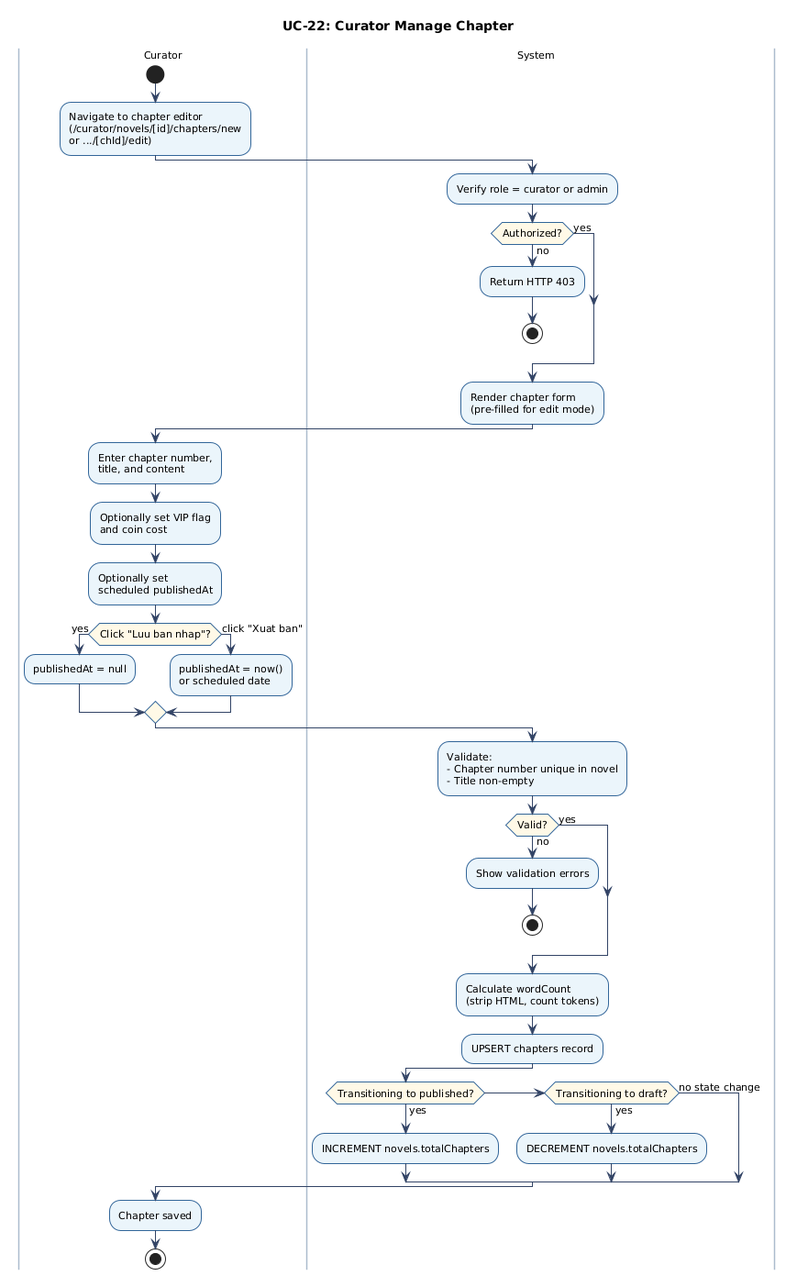
Before: docs/figures/uc-22-activity.png, a diagram exported from PlantUML (chinhbmt122/Software-Architecture).
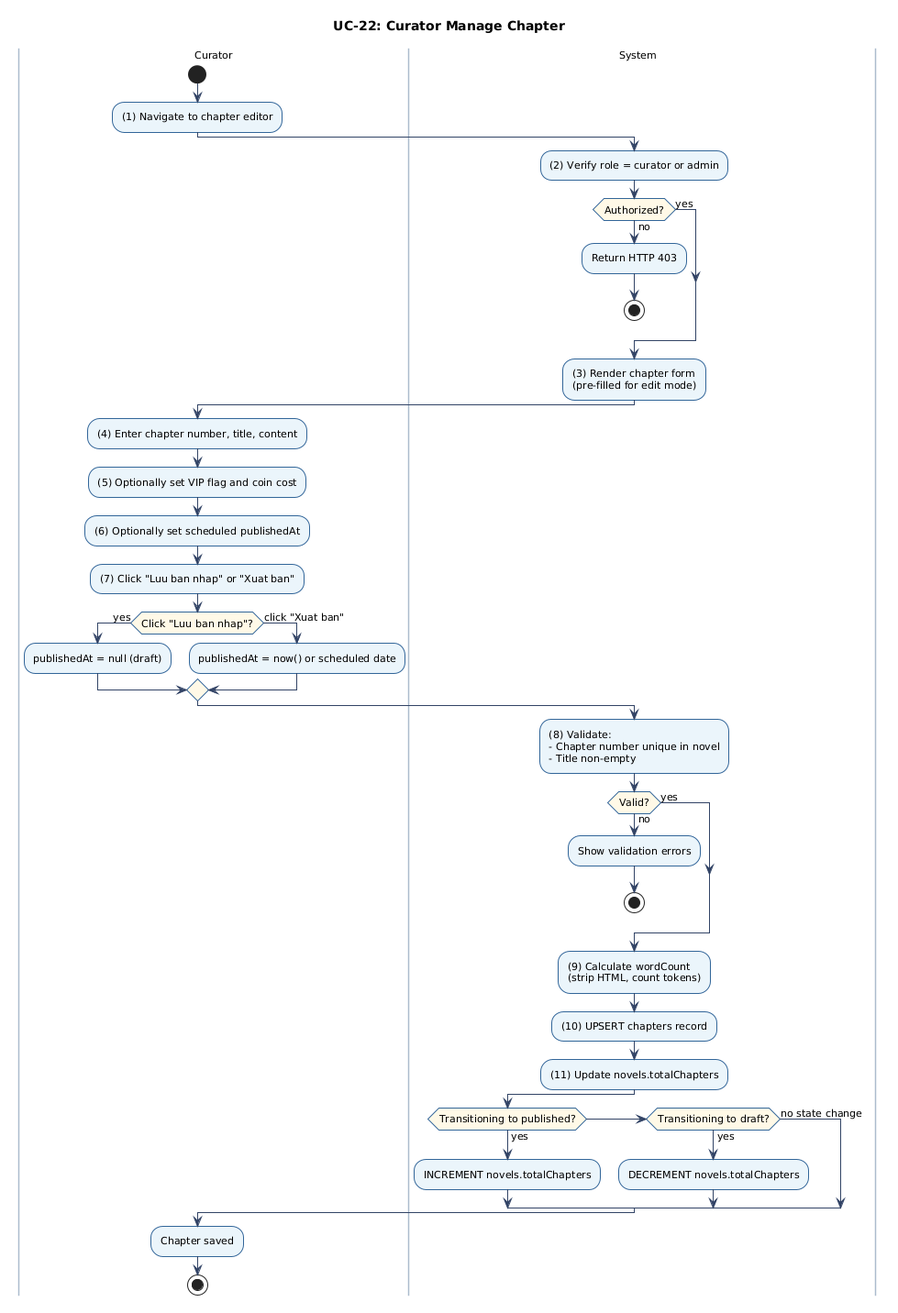
The same diagram one commit later.

The edit, as a diff of the source:
```diff
@@ -15,33 +15,35 @@
 title UC-22: Curator Manage Chapter
 |Curator|
 start
-:Navigate to chapter editor\n(/curator/novels/[id]/chapters/new\nor .../[chId]/edit);
+:(1) Navigate to chapter editor;
 |System|
-:Verify role = curator or admin;
+:(2) Verify role = curator or admin;
 if (Authorized?) then (no)
   :Return HTTP 403;
   stop
 else (yes)
 endif
-:Render chapter form\n(pre-filled for edit mode);
+:(3) Render chapter form\n(pre-filled for edit mode);
 |Curator|
-:Enter chapter number,\ntitle, and content;
-:Optionally set VIP flag\nand coin cost;
-:Optionally set\nscheduled publishedAt;
+:(4) Enter chapter number, title, content;
+:(5) Optionally set VIP flag and coin cost;
+:(6) Optionally set scheduled publishedAt;
+:(7) Click "Luu ban nhap" or "Xuat ban";
 if (Click "Luu ban nhap"?) then (yes)
-  :publishedAt = null;
+  :publishedAt = null (draft);
 else (click "Xuat ban")
-  :publishedAt = now()\nor scheduled date;
+  :publishedAt = now() or scheduled date;
 endif
 |System|
-:Validate:\n- Chapter number unique in novel\n- Title non-empty;
+:(8) Validate:\n- Chapter number unique in novel\n- Title non-empty;
 if (Valid?) then (no)
   :Show validation errors;
   stop
 else (yes)
 endif
-:Calculate wordCount\n(strip HTML, count tokens);
-:UPSERT chapters record;
+:(9) Calculate wordCount\n(strip HTML, count tokens);
+:(10) UPSERT chapters record;
+:(11) Update novels.totalChapters;
 if (Transitioning to published?) then (yes)
   :INCREMENT novels.totalChapters;
 else if (Transitioning to draft?) then (yes)
```
